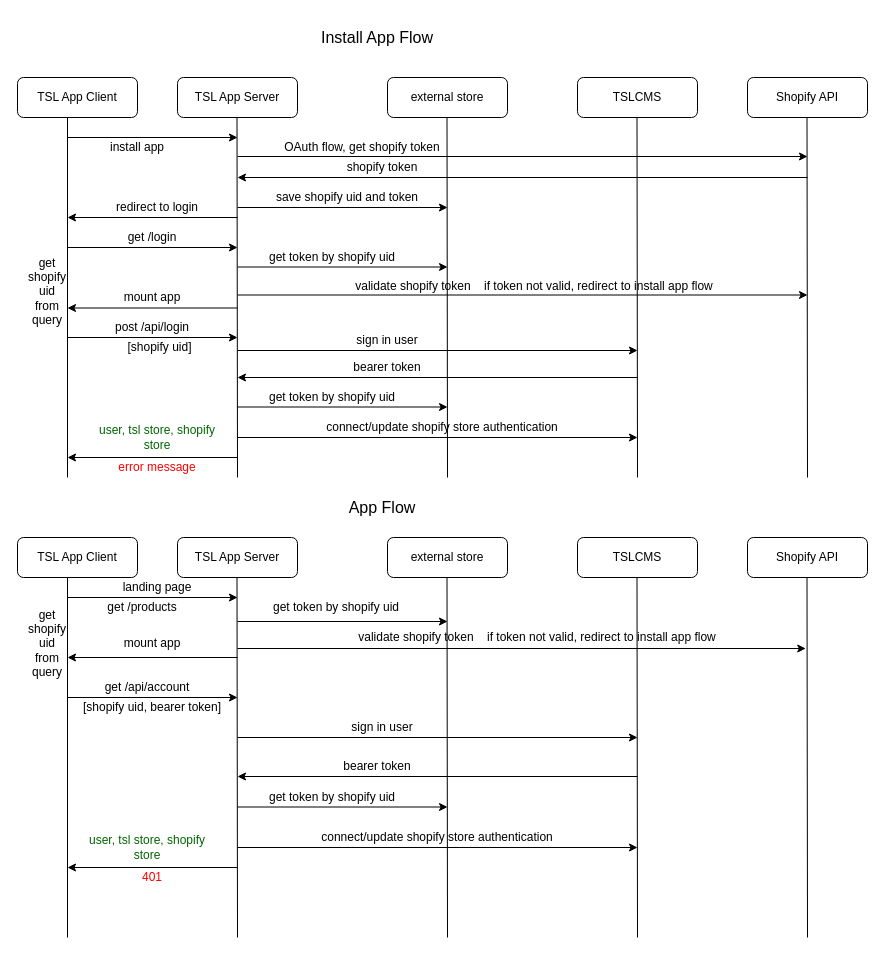
Above: Untitled Diagram.drawio in alexrsunrise/diagrams (draw.io), before the change. Source tidied: cells renumbered, new cells numbered last; positions are measured from the earlier drawing's top-left corner, leaving out a move shared by most shapes. Both pictures are drawn from the tidied source at 100%, with x=0, y=0 at pixel (17, 17).
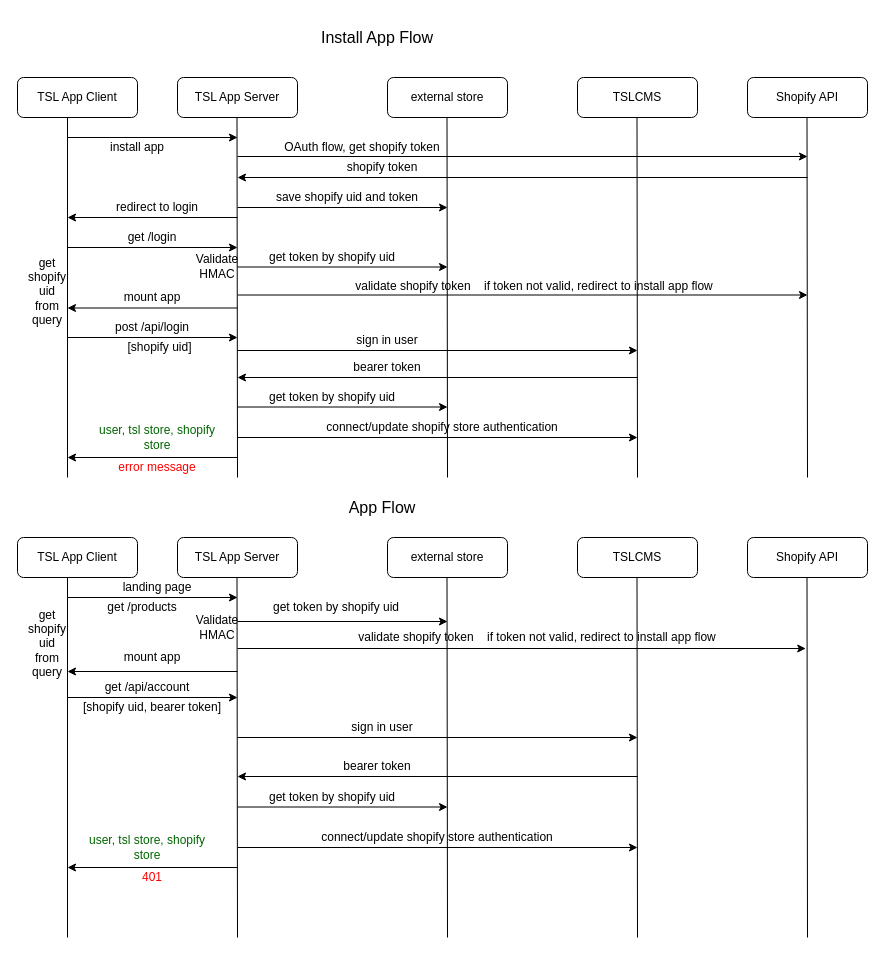
Above is the later version.

Commit message:
add validate HMAC

The edit, as a diff of the source:
```diff
@@
     <mxCell id="55" style="endArrow=classic;html=1;" parent="1" edge="1">
       <mxGeometry relative="1" as="geometry">
-        <mxPoint x="220" y="640" as="sourcePoint" />
-        <mxPoint x="50" y="640" as="targetPoint" />
+        <mxPoint x="220" y="654" as="sourcePoint" />
+        <mxPoint x="50" y="654" as="targetPoint" />
       </mxGeometry>
     </mxCell>
@@
     <mxCell id="62" value="mount app" style="text;html=1;strokeColor=none;fillColor=none;align=center;verticalAlign=middle;whiteSpace=wrap;rounded=0;" parent="1" vertex="1">
-      <mxGeometry x="75" y="616" width="120" height="20" as="geometry" />
+      <mxGeometry x="75" y="630" width="120" height="20" as="geometry" />
     </mxCell>
@@
+    <mxCell id="81" value="Validate HMAC" style="text;html=1;strokeColor=none;fillColor=none;align=center;verticalAlign=middle;whiteSpace=wrap;rounded=0;" parent="1" vertex="1">
+      <mxGeometry x="180" y="238.5" width="40" height="20" as="geometry" />
+    </mxCell>
+    <mxCell id="82" value="Validate HMAC" style="text;html=1;strokeColor=none;fillColor=none;align=center;verticalAlign=middle;whiteSpace=wrap;rounded=0;" parent="1" vertex="1">
+      <mxGeometry x="180" y="600" width="40" height="20" as="geometry" />
+    </mxCell>
```
